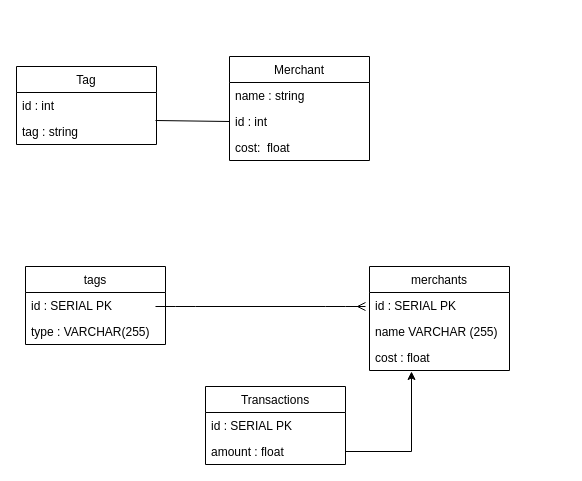
lushpurr/project1_spend_tracker keeps this draw.io diagram as Tour Spend Tracker.drawio. Above is the earlier version. Source tidied: cells renumbered, new cells numbered last; positions are measured from the earlier drawing's top-left corner, leaving out a move shared by most shapes. Both pictures are drawn from the tidied source at 100%, with x=0, y=0 at pixel (16, 56).
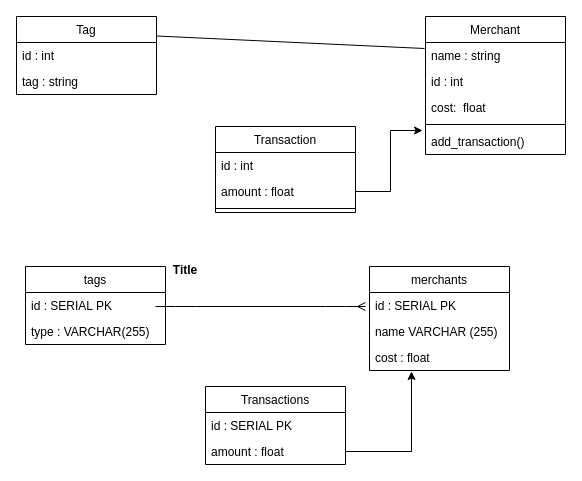
The same page after the edit.

The change refers to these unchanged cells:
```xml
<mxCell id="3" value="name : string" style="text;strokeColor=none;fillColor=none;align=left;verticalAlign=top;spacingLeft=4;spacingRight=4;overflow=hidden;points=[[0,0.5],[1,0.5]];portConstraint=eastwest;" parent="2" vertex="1">
  <mxGeometry y="26" width="140" height="26" as="geometry" />
</mxCell>
<mxCell id="4" value="id : int" style="text;strokeColor=none;fillColor=none;align=left;verticalAlign=top;spacingLeft=4;spacingRight=4;overflow=hidden;points=[[0,0.5],[1,0.5]];portConstraint=eastwest;" parent="2" vertex="1">
  <mxGeometry y="52" width="140" height="26" as="geometry" />
</mxCell>
<mxCell id="17" value="cost : float" style="text;strokeColor=none;fillColor=none;align=left;verticalAlign=top;spacingLeft=4;spacingRight=4;overflow=hidden;points=[[0,0.5],[1,0.5]];portConstraint=eastwest;" parent="14" vertex="1">
  <mxGeometry y="78" width="140" height="26" as="geometry" />
</mxCell>
<mxCell id="20" value="amount : float" style="text;strokeColor=none;fillColor=none;align=left;verticalAlign=top;spacingLeft=4;spacingRight=4;overflow=hidden;points=[[0,0.5],[1,0.5]];portConstraint=eastwest;" parent="18" vertex="1">
  <mxGeometry y="52" width="140" height="26" as="geometry" />
</mxCell>
```

What changed in the source:
```diff
@@
+    <mxCell id="7" value="Tag" style="swimlane;fontStyle=0;horizontal=1;startSize=26;fillColor=none;" parent="1" vertex="1">
+      <mxGeometry y="-40" width="140" height="78" as="geometry" />
+    </mxCell>
+    <mxCell id="8" value="id : int" style="text;strokeColor=none;fillColor=none;align=left;verticalAlign=top;spacingLeft=4;spacingRight=4;overflow=hidden;" parent="7" vertex="1">
+      <mxGeometry y="26" width="140" height="26" as="geometry" />
+    </mxCell>
+    <mxCell id="9" value="tag : string" style="text;strokeColor=none;fillColor=none;align=left;verticalAlign=top;spacingLeft=4;spacingRight=4;overflow=hidden;" parent="7" vertex="1">
+      <mxGeometry y="52" width="140" height="26" as="geometry" />
+    </mxCell>
+    <mxCell id="13" style="edgeStyle=entityRelationEdgeStyle;fontSize=12;html=1;endArrow=ERmany;" parent="1" edge="1">
+      <mxGeometry relative="1" as="geometry">
+        <mxPoint x="139" y="250" as="sourcePoint" />
+        <mxPoint x="349" y="250" as="targetPoint" />
+      </mxGeometry>
+    </mxCell>
+    <mxCell id="21" style="edgeStyle=orthogonalEdgeStyle;rounded=0;jettySize=auto;html=1;entryX=0.3;entryY=1.038;entryDx=0;entryDy=0;entryPerimeter=0;" parent="1" edge="1" source="20" target="17">
+      <mxGeometry relative="1" as="geometry" />
+    </mxCell>
     <mxCell id="2" value="Merchant" style="swimlane;fontStyle=0;horizontal=1;startSize=26;fillColor=none;" parent="1" vertex="1">
-      <mxGeometry x="213" width="140" height="104" as="geometry" />
+      <mxGeometry x="409" y="-40" width="140" height="138" as="geometry" />
     </mxCell>
@@
-    <mxCell id="6" style="endArrow=none;html=1;exitX=1;exitY=0.5;exitDx=0;exitDy=0;entryX=0;entryY=0.5;entryDx=0;entryDy=0;" parent="1" edge="1" target="4">
-      <mxGeometry relative="1" as="geometry">
-        <mxPoint x="139" y="64" as="sourcePoint" />
-      </mxGeometry>
-    </mxCell>
-    <mxCell id="7" value="Tag" style="swimlane;fontStyle=0;horizontal=1;startSize=26;fillColor=none;" parent="1" vertex="1">
-      <mxGeometry y="10" width="140" height="78" as="geometry" />
-    </mxCell>
-    <mxCell id="8" value="id : int" style="text;strokeColor=none;fillColor=none;align=left;verticalAlign=top;spacingLeft=4;spacingRight=4;overflow=hidden;" parent="7" vertex="1">
-      <mxGeometry y="26" width="140" height="26" as="geometry" />
-    </mxCell>
-    <mxCell id="9" value="tag : string" style="text;strokeColor=none;fillColor=none;align=left;verticalAlign=top;spacingLeft=4;spacingRight=4;overflow=hidden;" parent="7" vertex="1">
-      <mxGeometry y="52" width="140" height="26" as="geometry" />
-    </mxCell>
+    <mxCell id="22" style="line;strokeWidth=1;fillColor=none;align=left;verticalAlign=middle;spacingTop=-1;spacingLeft=3;spacingRight=3;labelPosition=right;" parent="2" vertex="1">
+      <mxGeometry y="104" width="140" height="8" as="geometry" />
+    </mxCell>
+    <mxCell id="23" value="add_transaction()" style="text;strokeColor=none;fillColor=none;align=left;verticalAlign=top;spacingLeft=4;spacingRight=4;overflow=hidden;points=[[0,0.5],[1,0.5]];portConstraint=eastwest;" parent="2" vertex="1">
+      <mxGeometry y="112" width="140" height="26" as="geometry" />
+    </mxCell>
@@
-    <mxCell id="13" style="edgeStyle=entityRelationEdgeStyle;fontSize=12;html=1;endArrow=ERmany;" parent="1" edge="1">
-      <mxGeometry relative="1" as="geometry">
-        <mxPoint x="139" y="250" as="sourcePoint" />
-        <mxPoint x="349" y="250" as="targetPoint" />
-      </mxGeometry>
-    </mxCell>
@@
-    <mxCell id="21" style="edgeStyle=orthogonalEdgeStyle;rounded=0;jettySize=auto;html=1;entryX=0.3;entryY=1.038;entryDx=0;entryDy=0;entryPerimeter=0;" parent="1" edge="1" source="20" target="17">
-      <mxGeometry relative="1" as="geometry" />
-    </mxCell>
+    <mxCell id="24" value="Transaction" style="swimlane;fontStyle=0;horizontal=1;startSize=26;fillColor=none;" parent="1" vertex="1">
+      <mxGeometry x="199" y="70" width="140" height="86" as="geometry" />
+    </mxCell>
+    <mxCell id="25" value="id : int" style="text;strokeColor=none;fillColor=none;align=left;verticalAlign=top;spacingLeft=4;spacingRight=4;overflow=hidden;" parent="24" vertex="1">
+      <mxGeometry y="26" width="140" height="26" as="geometry" />
+    </mxCell>
+    <mxCell id="26" value="amount : float" style="text;strokeColor=none;fillColor=none;align=left;verticalAlign=top;spacingLeft=4;spacingRight=4;overflow=hidden;points=[[0,0.5],[1,0.5]];portConstraint=eastwest;" parent="24" vertex="1">
+      <mxGeometry y="52" width="140" height="26" as="geometry" />
+    </mxCell>
+    <mxCell id="27" style="line;strokeWidth=1;fillColor=none;align=left;verticalAlign=middle;spacingTop=-1;spacingLeft=3;spacingRight=3;labelPosition=right;" parent="24" vertex="1">
+      <mxGeometry y="78" width="140" height="8" as="geometry" />
+    </mxCell>
+    <mxCell id="28" style="endArrow=none;html=1;entryX=-0.007;entryY=0.231;entryDx=0;entryDy=0;entryPerimeter=0;exitX=1;exitY=0.25;exitDx=0;exitDy=0;" parent="1" edge="1" source="7" target="3">
+      <mxGeometry relative="1" as="geometry" />
+    </mxCell>
+    <mxCell id="29" value="Title" style="text;align=center;fontStyle=1;verticalAlign=middle;spacingLeft=3;spacingRight=3;strokeColor=none;" parent="1" vertex="1">
+      <mxGeometry x="129" y="200" width="80" height="26" as="geometry" />
+    </mxCell>
+    <mxCell id="30" style="edgeStyle=orthogonalEdgeStyle;rounded=0;jettySize=auto;html=1;entryX=-0.021;entryY=0.077;entryDx=0;entryDy=0;entryPerimeter=0;" parent="1" edge="1" source="26" target="23">
+      <mxGeometry relative="1" as="geometry" />
+    </mxCell>
```
